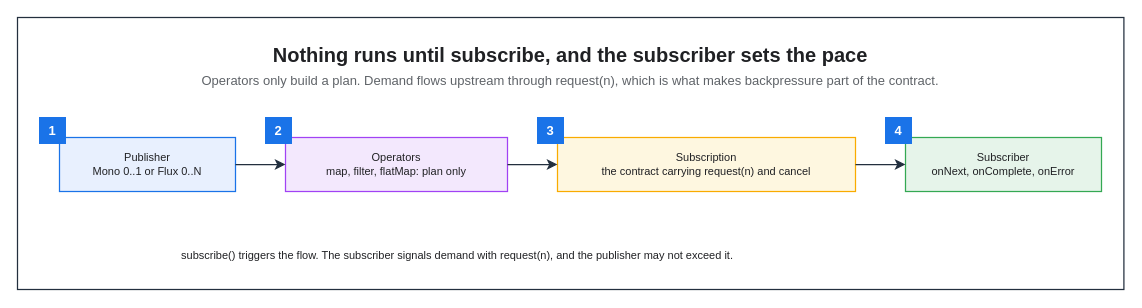
KKamJi98/kkamji98.github.io keeps this draw.io diagram as assets/img/spring/spring-10-mono-flux-backpressure.drawio. Above is the earlier version. Source tidied: cells renumbered, new cells numbered last; positions are measured from the earlier drawing's top-left corner, leaving out a move shared by most shapes. Both pictures are drawn from the tidied source at 100%, with x=0, y=0 at pixel (17, 17).
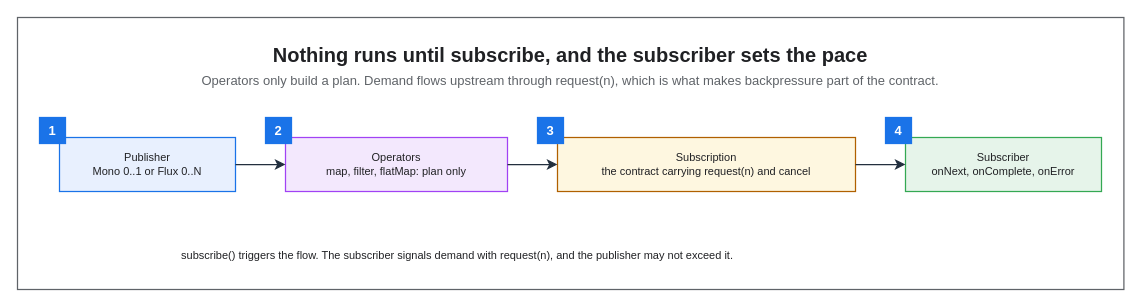
After the change.

Change to the diagram source:
```diff
@@
 <mxGraphModel background="#FFFFFF">
   <root>
     <mxCell id="0" />
     <mxCell id="1" parent="0" />
-    <mxCell id="2" style="rounded=0;html=0;fillColor=none;strokeColor=#232F3E;fontColor=#202124;strokeWidth=1.25;" parent="1" vertex="1">
+    <mxCell id="2" style="rounded=0;html=0;fillColor=none;strokeColor=#5F6368;fontColor=#202124;strokeWidth=1.25;" parent="1" vertex="1">
       <mxGeometry width="1106.4" height="272" as="geometry" />
     </mxCell>
     <mxCell id="3" value="Nothing runs until subscribe, and the subscriber sets the pace" style="text;html=0;whiteSpace=wrap;fillColor=none;strokeColor=none;fontColor=#202124;fontSize=20;fontStyle=1;align=center;verticalAlign=middle;" parent="1" vertex="1">
       <mxGeometry x="22" y="22" width="1062.4" height="30" as="geometry" />
     </mxCell>
     <mxCell id="4" value="Operators only build a plan. Demand flows upstream through request(n), which is what makes backpressure part of the contract." style="text;html=0;whiteSpace=wrap;fillColor=none;strokeColor=none;fontColor=#5F6368;fontSize=13;fontStyle=0;align=center;verticalAlign=middle;" parent="1" vertex="1">
       <mxGeometry x="22" y="52" width="1062.4" height="22" as="geometry" />
     </mxCell>
     <mxCell id="5" value="Publisher&#10;Mono 0..1 or Flux 0..N" style="rounded=0;whiteSpace=wrap;html=0;fillColor=#E8F0FE;strokeColor=#1A73E8;fontColor=#202124;fontSize=11;fontStyle=0;align=center;verticalAlign=middle;spacingLeft=6;spacingRight=6;strokeWidth=1.25;" parent="1" vertex="1">
       <mxGeometry x="42" y="120" width="176" height="54" as="geometry" />
     </mxCell>
     <mxCell id="6" value="Operators&#10;map, filter, flatMap: plan only" style="rounded=0;whiteSpace=wrap;html=0;fillColor=#F3E8FD;strokeColor=#A142F4;fontColor=#202124;fontSize=11;fontStyle=0;align=center;verticalAlign=middle;spacingLeft=6;spacingRight=6;strokeWidth=1.25;" parent="1" vertex="1">
       <mxGeometry x="268" y="120" width="222" height="54" as="geometry" />
     </mxCell>
     <mxCell id="7" value="Subscriber&#10;onNext, onComplete, onError" style="rounded=0;whiteSpace=wrap;html=0;fillColor=#E6F4EA;strokeColor=#34A853;fontColor=#202124;fontSize=11;fontStyle=0;align=center;verticalAlign=middle;spacingLeft=6;spacingRight=6;strokeWidth=1.25;" parent="1" vertex="1">
       <mxGeometry x="888" y="120" width="196" height="54" as="geometry" />
     </mxCell>
     <mxCell id="8" value="subscribe() triggers the flow. The subscriber signals demand with request(n), and the publisher may not exceed it." style="text;html=0;whiteSpace=wrap;fillColor=none;strokeColor=none;fontColor=#202124;fontSize=11;fontStyle=0;align=center;verticalAlign=middle;" parent="1" vertex="1">
       <mxGeometry x="42" y="226" width="796" height="24" as="geometry" />
     </mxCell>
-    <mxCell id="9" value="Subscription&#10;the contract carrying request(n) and cancel" style="rounded=0;whiteSpace=wrap;html=0;fillColor=#FEF7E0;strokeColor=#F9AB00;fontColor=#202124;fontSize=11;fontStyle=0;align=center;verticalAlign=middle;spacingLeft=6;spacingRight=6;strokeWidth=1.25;" parent="1" vertex="1">
+    <mxCell id="9" value="Subscription&#10;the contract carrying request(n) and cancel" style="rounded=0;whiteSpace=wrap;html=0;fillColor=#FEF7E0;strokeColor=#B06000;fontColor=#202124;fontSize=11;fontStyle=0;align=center;verticalAlign=middle;spacingLeft=6;spacingRight=6;strokeWidth=1.25;" parent="1" vertex="1">
       <mxGeometry x="540" y="120" width="298" height="54" as="geometry" />
     </mxCell>
-    <mxCell id="10" value="1" style="rounded=0;whiteSpace=wrap;html=0;fillColor=#1A73E8;strokeColor=#1A73E8;fontColor=#FFFFFF;fontSize=13;fontStyle=1;align=center;verticalAlign=middle;" parent="1" vertex="1">
+    <mxCell id="10" value="1" style="rounded=0;whiteSpace=wrap;html=0;fillColor=#1A73E8;strokeColor=#1A73E8;fontColor=#FFFFFF;fontSize=13;fontStyle=1;align=center;verticalAlign=middle;strokeWidth=1.25;" parent="1" vertex="1">
       <mxGeometry x="22" y="100" width="26" height="26" as="geometry" />
     </mxCell>
-    <mxCell id="11" value="2" style="rounded=0;whiteSpace=wrap;html=0;fillColor=#1A73E8;strokeColor=#1A73E8;fontColor=#FFFFFF;fontSize=13;fontStyle=1;align=center;verticalAlign=middle;" parent="1" vertex="1">
+    <mxCell id="11" value="2" style="rounded=0;whiteSpace=wrap;html=0;fillColor=#1A73E8;strokeColor=#1A73E8;fontColor=#FFFFFF;fontSize=13;fontStyle=1;align=center;verticalAlign=middle;strokeWidth=1.25;" parent="1" vertex="1">
       <mxGeometry x="248" y="100" width="26" height="26" as="geometry" />
     </mxCell>
-    <mxCell id="12" value="4" style="rounded=0;whiteSpace=wrap;html=0;fillColor=#1A73E8;strokeColor=#1A73E8;fontColor=#FFFFFF;fontSize=13;fontStyle=1;align=center;verticalAlign=middle;" parent="1" vertex="1">
+    <mxCell id="12" value="4" style="rounded=0;whiteSpace=wrap;html=0;fillColor=#1A73E8;strokeColor=#1A73E8;fontColor=#FFFFFF;fontSize=13;fontStyle=1;align=center;verticalAlign=middle;strokeWidth=1.25;" parent="1" vertex="1">
       <mxGeometry x="868" y="100" width="26" height="26" as="geometry" />
     </mxCell>
-    <mxCell id="13" value="3" style="rounded=0;whiteSpace=wrap;html=0;fillColor=#1A73E8;strokeColor=#1A73E8;fontColor=#FFFFFF;fontSize=13;fontStyle=1;align=center;verticalAlign=middle;" parent="1" vertex="1">
+    <mxCell id="13" value="3" style="rounded=0;whiteSpace=wrap;html=0;fillColor=#1A73E8;strokeColor=#1A73E8;fontColor=#FFFFFF;fontSize=13;fontStyle=1;align=center;verticalAlign=middle;strokeWidth=1.25;" parent="1" vertex="1">
       <mxGeometry x="520" y="100" width="26" height="26" as="geometry" />
     </mxCell>
     <mxCell id="14" style="edgeStyle=orthogonalEdgeStyle;rounded=0;html=0;strokeColor=#232F3E;strokeWidth=1.25;endArrow=classic;endFill=1;endSize=7;fontSize=11;fontColor=#202124;labelBackgroundColor=none;jettySize=14;exitX=1;exitY=0.5;entryX=0;entryY=0.5;exitDx=0;exitDy=0;entryDx=0;entryDy=0;" parent="1" edge="1" source="5" target="6">
       <mxGeometry relative="1" as="geometry" />
     </mxCell>
     <mxCell id="15" style="edgeStyle=orthogonalEdgeStyle;rounded=0;html=0;strokeColor=#232F3E;strokeWidth=1.25;endArrow=classic;endFill=1;endSize=7;fontSize=11;fontColor=#202124;labelBackgroundColor=none;jettySize=14;exitX=1;exitY=0.5;entryX=0;entryY=0.5;exitDx=0;exitDy=0;entryDx=0;entryDy=0;" parent="1" edge="1" source="6" target="9">
       <mxGeometry relative="1" as="geometry" />
     </mxCell>
     <mxCell id="16" style="edgeStyle=orthogonalEdgeStyle;rounded=0;html=0;strokeColor=#232F3E;strokeWidth=1.25;endArrow=classic;endFill=1;endSize=7;fontSize=11;fontColor=#202124;labelBackgroundColor=none;jettySize=14;exitX=1;exitY=0.5;entryX=0;entryY=0.5;exitDx=0;exitDy=0;entryDx=0;entryDy=0;" parent="1" edge="1" source="9" target="7">
       <mxGeometry relative="1" as="geometry" />
     </mxCell>
   </root>
 </mxGraphModel>
```
